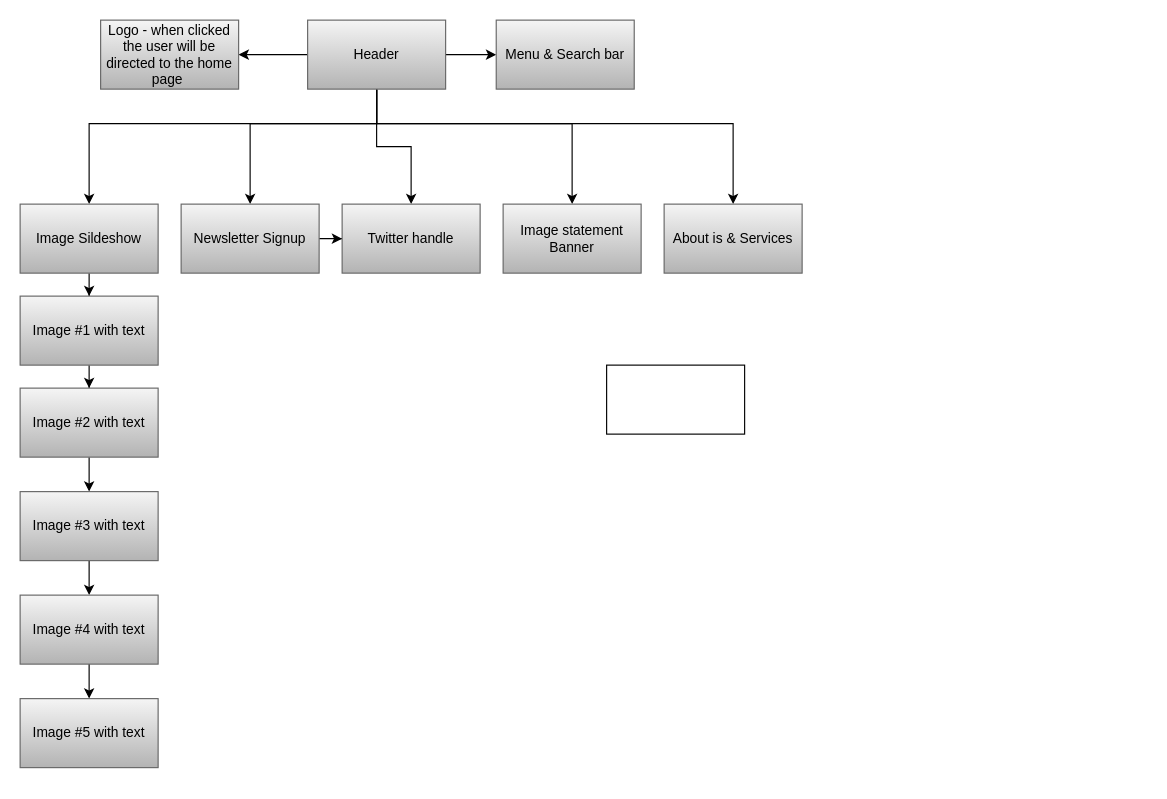
Earlier version of the draw.io diagram Untitled Diagram.drawio (Wasicool2/timeManager). Source tidied: cells renumbered, new cells numbered last; positions are measured from the earlier drawing's top-left corner, leaving out a move shared by most shapes. Both pictures are drawn from the tidied source at 115%, with x=0, y=0 at pixel (20, 20).
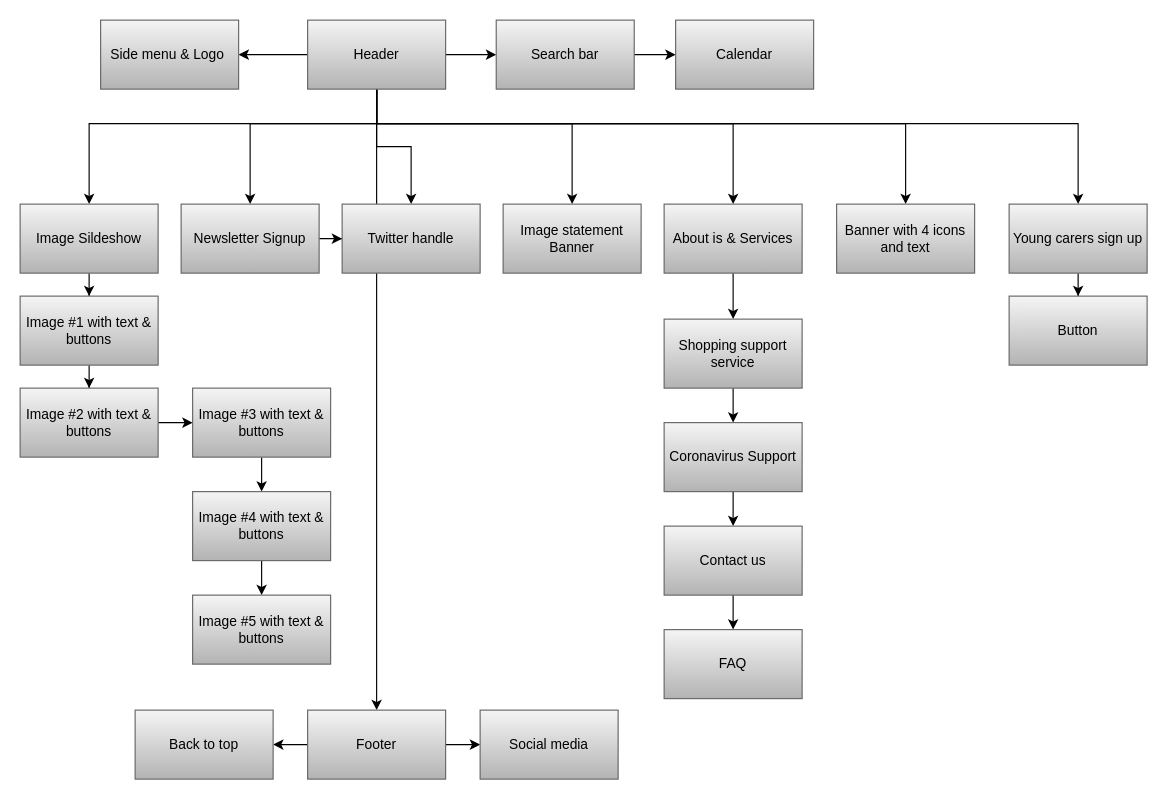
The same page after the edit.

Unchanged cells that the change refers to:
```xml
<mxCell id="9" value="Header" style="rounded=0;whiteSpace=wrap;html=1;fillColor=#f5f5f5;strokeColor=#666666;gradientColor=#b3b3b3;" parent="1" vertex="1">
  <mxGeometry x="250" width="120" height="60" as="geometry" />
</mxCell>
<mxCell id="27" value="About is &amp;amp; Services" style="rounded=0;whiteSpace=wrap;html=1;gradientColor=#b3b3b3;fillColor=#f5f5f5;strokeColor=#666666;" parent="1" vertex="1">
  <mxGeometry x="560" y="160" width="120" height="60" as="geometry" />
</mxCell>
```

What changed in the source:
```diff
@@
+    <mxCell id="29" style="edgeStyle=orthogonalEdgeStyle;rounded=0;jettySize=auto;html=1;entryX=0.5;entryY=0;entryDx=0;entryDy=0;" parent="1" edge="1" source="9" target="43">
+      <mxGeometry relative="1" as="geometry" />
+    </mxCell>
+    <mxCell id="30" style="edgeStyle=orthogonalEdgeStyle;rounded=0;jettySize=auto;html=1;entryX=0.5;entryY=0;entryDx=0;entryDy=0;" parent="1" edge="1" source="9" target="46">
+      <mxGeometry relative="1" as="geometry">
+        <Array as="points">
+          <mxPoint x="310" y="90" />
+          <mxPoint x="770" y="90" />
+        </Array>
+      </mxGeometry>
+    </mxCell>
+    <mxCell id="31" style="edgeStyle=orthogonalEdgeStyle;rounded=0;jettySize=auto;html=1;entryX=0.5;entryY=0;entryDx=0;entryDy=0;" parent="1" edge="1" source="9" target="48">
+      <mxGeometry relative="1" as="geometry">
+        <Array as="points">
+          <mxPoint x="310" y="90" />
+          <mxPoint x="920" y="90" />
+        </Array>
+      </mxGeometry>
+    </mxCell>
@@
-    <mxCell id="12" value="Logo - when clicked the user will be directed to the home page&amp;nbsp;" style="rounded=0;whiteSpace=wrap;html=1;fillColor=#f5f5f5;strokeColor=#666666;gradientColor=#b3b3b3;" parent="1" vertex="1">
+    <mxCell id="12" value="Side menu &amp;amp; Logo&amp;nbsp;" style="rounded=0;whiteSpace=wrap;html=1;fillColor=#f5f5f5;strokeColor=#666666;gradientColor=#b3b3b3;" parent="1" vertex="1">
       <mxGeometry x="70" width="120" height="60" as="geometry" />
     </mxCell>
+    <mxCell id="32" style="edgeStyle=orthogonalEdgeStyle;rounded=0;jettySize=auto;html=1;" parent="1" edge="1" source="13" target="33">
+      <mxGeometry relative="1" as="geometry" />
+    </mxCell>
-    <mxCell id="13" value="Menu &amp;amp; Search bar" style="rounded=0;whiteSpace=wrap;html=1;fillColor=#f5f5f5;strokeColor=#666666;gradientColor=#b3b3b3;" parent="1" vertex="1">
+    <mxCell id="13" value="Search bar" style="rounded=0;whiteSpace=wrap;html=1;fillColor=#f5f5f5;strokeColor=#666666;gradientColor=#b3b3b3;" parent="1" vertex="1">
       <mxGeometry x="414" width="120" height="60" as="geometry" />
     </mxCell>
+    <mxCell id="33" value="Calendar" style="rounded=0;whiteSpace=wrap;html=1;fillColor=#f5f5f5;strokeColor=#666666;gradientColor=#b3b3b3;" parent="1" vertex="1">
+      <mxGeometry x="570" width="120" height="60" as="geometry" />
+    </mxCell>
@@
-    <mxCell id="17" value="Image #1 with text" style="rounded=0;whiteSpace=wrap;html=1;gradientColor=#b3b3b3;fillColor=#f5f5f5;strokeColor=#666666;" parent="1" vertex="1">
+    <mxCell id="17" value="Image #1 with text &amp;amp; buttons" style="rounded=0;whiteSpace=wrap;html=1;gradientColor=#b3b3b3;fillColor=#f5f5f5;strokeColor=#666666;" parent="1" vertex="1">
       <mxGeometry y="240" width="120" height="60" as="geometry" />
     </mxCell>
@@
-    <mxCell id="19" value="Image #2 with text" style="rounded=0;whiteSpace=wrap;html=1;gradientColor=#b3b3b3;fillColor=#f5f5f5;strokeColor=#666666;" parent="1" vertex="1">
+    <mxCell id="19" value="Image #2 with text &amp;amp; buttons" style="rounded=0;whiteSpace=wrap;html=1;gradientColor=#b3b3b3;fillColor=#f5f5f5;strokeColor=#666666;" parent="1" vertex="1">
       <mxGeometry y="320" width="120" height="60" as="geometry" />
     </mxCell>
@@
-    <mxCell id="21" value="Image #3 with text" style="rounded=0;whiteSpace=wrap;html=1;gradientColor=#b3b3b3;fillColor=#f5f5f5;strokeColor=#666666;" parent="1" vertex="1">
-      <mxGeometry y="410" width="120" height="60" as="geometry" />
+    <mxCell id="21" value="Image #3 with text &amp;amp; buttons" style="rounded=0;whiteSpace=wrap;html=1;gradientColor=#b3b3b3;fillColor=#f5f5f5;strokeColor=#666666;" parent="1" vertex="1">
+      <mxGeometry x="150" y="320" width="120" height="60" as="geometry" />
     </mxCell>
@@
-    <mxCell id="23" value="Image #4 with text" style="rounded=0;whiteSpace=wrap;html=1;gradientColor=#b3b3b3;fillColor=#f5f5f5;strokeColor=#666666;" parent="1" vertex="1">
-      <mxGeometry y="500" width="120" height="60" as="geometry" />
+    <mxCell id="23" value="Image #4 with text &amp;amp; buttons" style="rounded=0;whiteSpace=wrap;html=1;gradientColor=#b3b3b3;fillColor=#f5f5f5;strokeColor=#666666;" parent="1" vertex="1">
+      <mxGeometry x="150" y="410" width="120" height="60" as="geometry" />
     </mxCell>
-    <mxCell id="24" value="Image #5 with text" style="rounded=0;whiteSpace=wrap;html=1;gradientColor=#b3b3b3;fillColor=#f5f5f5;strokeColor=#666666;" parent="1" vertex="1">
-      <mxGeometry y="590" width="120" height="60" as="geometry" />
+    <mxCell id="24" value="Image #5 with text &amp;amp; buttons" style="rounded=0;whiteSpace=wrap;html=1;gradientColor=#b3b3b3;fillColor=#f5f5f5;strokeColor=#666666;" parent="1" vertex="1">
+      <mxGeometry x="150" y="500" width="120" height="60" as="geometry" />
     </mxCell>
@@
+    <mxCell id="34" style="edgeStyle=orthogonalEdgeStyle;rounded=0;jettySize=auto;html=1;" parent="1" edge="1" source="27" target="28">
+      <mxGeometry relative="1" as="geometry" />
+    </mxCell>
@@
+    <mxCell id="35" style="edgeStyle=orthogonalEdgeStyle;rounded=0;jettySize=auto;html=1;" parent="1" edge="1" source="28" target="37">
+      <mxGeometry relative="1" as="geometry" />
+    </mxCell>
-    <mxCell id="28" style="rounded=0;whiteSpace=wrap;html=1;" parent="1" vertex="1">
-      <mxGeometry x="510" y="300" width="120" height="60" as="geometry" />
+    <mxCell id="28" value="Shopping support service" style="rounded=0;whiteSpace=wrap;html=1;gradientColor=#b3b3b3;fillColor=#f5f5f5;strokeColor=#666666;" parent="1" vertex="1">
+      <mxGeometry x="560" y="260" width="120" height="60" as="geometry" />
     </mxCell>
+    <mxCell id="36" style="edgeStyle=orthogonalEdgeStyle;rounded=0;jettySize=auto;html=1;" parent="1" edge="1" source="37" target="39">
+      <mxGeometry relative="1" as="geometry" />
+    </mxCell>
+    <mxCell id="37" value="Coronavirus Support" style="rounded=0;whiteSpace=wrap;html=1;gradientColor=#b3b3b3;fillColor=#f5f5f5;strokeColor=#666666;" parent="1" vertex="1">
+      <mxGeometry x="560" y="350" width="120" height="60" as="geometry" />
+    </mxCell>
+    <mxCell id="38" style="edgeStyle=orthogonalEdgeStyle;rounded=0;jettySize=auto;html=1;" parent="1" edge="1" source="39" target="40">
+      <mxGeometry relative="1" as="geometry" />
+    </mxCell>
+    <mxCell id="39" value="Contact us" style="rounded=0;whiteSpace=wrap;html=1;gradientColor=#b3b3b3;fillColor=#f5f5f5;strokeColor=#666666;" parent="1" vertex="1">
+      <mxGeometry x="560" y="440" width="120" height="60" as="geometry" />
+    </mxCell>
+    <mxCell id="40" value="FAQ" style="rounded=0;whiteSpace=wrap;html=1;gradientColor=#b3b3b3;fillColor=#f5f5f5;strokeColor=#666666;" parent="1" vertex="1">
+      <mxGeometry x="560" y="530" width="120" height="60" as="geometry" />
+    </mxCell>
+    <mxCell id="41" style="edgeStyle=orthogonalEdgeStyle;rounded=0;jettySize=auto;html=1;" parent="1" edge="1" source="43" target="45">
+      <mxGeometry relative="1" as="geometry" />
+    </mxCell>
+    <mxCell id="42" style="edgeStyle=orthogonalEdgeStyle;rounded=0;jettySize=auto;html=1;" parent="1" edge="1" source="43" target="44">
+      <mxGeometry relative="1" as="geometry" />
+    </mxCell>
+    <mxCell id="43" value="Footer" style="rounded=0;whiteSpace=wrap;html=1;gradientColor=#b3b3b3;fillColor=#f5f5f5;strokeColor=#666666;" parent="1" vertex="1">
+      <mxGeometry x="250" y="600" width="120" height="60" as="geometry" />
+    </mxCell>
+    <mxCell id="44" value="Back to top" style="rounded=0;whiteSpace=wrap;html=1;gradientColor=#b3b3b3;fillColor=#f5f5f5;strokeColor=#666666;" parent="1" vertex="1">
+      <mxGeometry x="100" y="600" width="120" height="60" as="geometry" />
+    </mxCell>
+    <mxCell id="45" value="Social media" style="rounded=0;whiteSpace=wrap;html=1;gradientColor=#b3b3b3;fillColor=#f5f5f5;strokeColor=#666666;" parent="1" vertex="1">
+      <mxGeometry x="400" y="600" width="120" height="60" as="geometry" />
+    </mxCell>
+    <mxCell id="46" value="Banner with 4 icons and text" style="rounded=0;whiteSpace=wrap;html=1;gradientColor=#b3b3b3;fillColor=#f5f5f5;strokeColor=#666666;" parent="1" vertex="1">
+      <mxGeometry x="710" y="160" width="120" height="60" as="geometry" />
+    </mxCell>
+    <mxCell id="47" style="edgeStyle=orthogonalEdgeStyle;rounded=0;jettySize=auto;html=1;" parent="1" edge="1" source="48" target="49">
+      <mxGeometry relative="1" as="geometry" />
+    </mxCell>
+    <mxCell id="48" value="Young carers sign up" style="rounded=0;whiteSpace=wrap;html=1;gradientColor=#b3b3b3;fillColor=#f5f5f5;strokeColor=#666666;" parent="1" vertex="1">
+      <mxGeometry x="860" y="160" width="120" height="60" as="geometry" />
+    </mxCell>
+    <mxCell id="49" value="Button" style="rounded=0;whiteSpace=wrap;html=1;gradientColor=#b3b3b3;fillColor=#f5f5f5;strokeColor=#666666;" parent="1" vertex="1">
+      <mxGeometry x="860" y="240" width="120" height="60" as="geometry" />
+    </mxCell>
```
